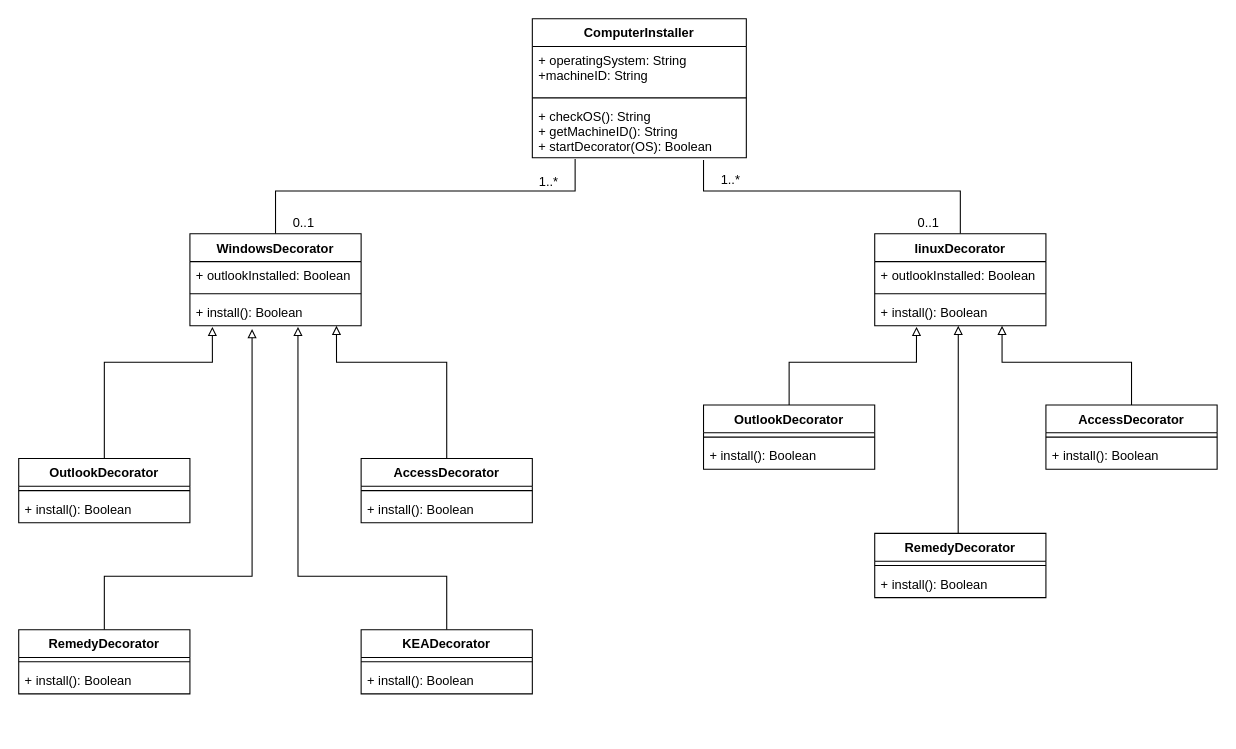
Above: Diagrama de Clases.drawio in DiegoBranco/PD-F-2-2019 (draw.io), before the change. Source tidied: cells renumbered, new cells numbered last; positions are measured from the earlier drawing's top-left corner, leaving out a move shared by most shapes. Both pictures are drawn from the tidied source at 107%, with x=0, y=0 at pixel (18, 18).
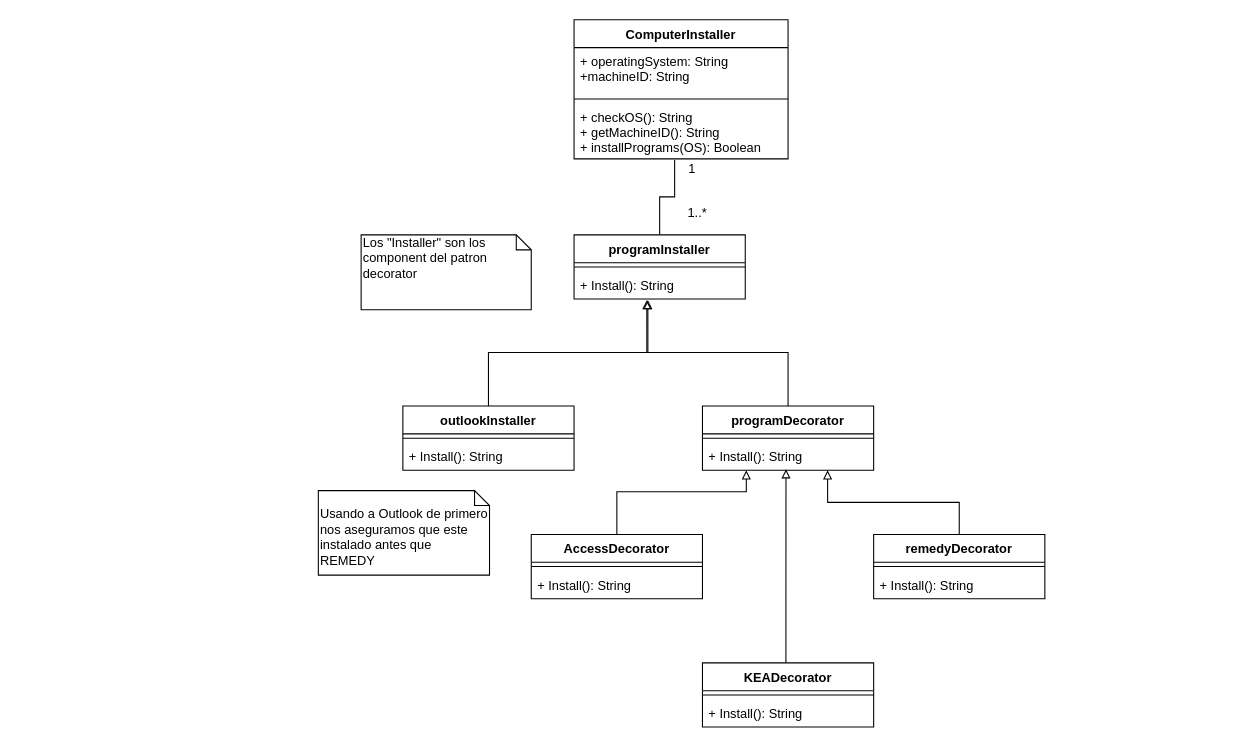
The same page after the edit.

Commit message (it also covers changes not shown here):
Rediseño del Diagrama de Clases

Change to the diagram source:
```diff
@@
+    <mxCell id="48" style="edgeStyle=orthogonalEdgeStyle;rounded=0;jettySize=auto;html=1;entryX=0.47;entryY=1.019;entryDx=0;entryDy=0;entryPerimeter=0;endArrow=none;endFill=0;" parent="1" edge="1" source="61" target="5">
+      <mxGeometry relative="1" as="geometry" />
+    </mxCell>
+    <mxCell id="49" value="1" style="text;html=1;align=center;verticalAlign=middle;" parent="1" vertex="1">
+      <mxGeometry x="619" y="131" width="20" height="20" as="geometry" />
+    </mxCell>
+    <mxCell id="50" value="1..*" style="text;html=1;align=center;verticalAlign=middle;" parent="1" vertex="1">
+      <mxGeometry x="619" y="172" width="30" height="20" as="geometry" />
+    </mxCell>
+    <mxCell id="51" style="edgeStyle=orthogonalEdgeStyle;rounded=0;jettySize=auto;html=1;entryX=0.431;entryY=1.038;entryDx=0;entryDy=0;entryPerimeter=0;endArrow=block;endFill=0;" parent="1" edge="1" source="58" target="63">
+      <mxGeometry relative="1" as="geometry" />
+    </mxCell>
+    <mxCell id="52" style="edgeStyle=orthogonalEdgeStyle;rounded=0;jettySize=auto;html=1;entryX=0.425;entryY=1.038;entryDx=0;entryDy=0;entryPerimeter=0;endArrow=block;endFill=0;" parent="1" edge="1" source="64" target="63">
+      <mxGeometry relative="1" as="geometry" />
+    </mxCell>
+    <mxCell id="53" style="edgeStyle=orthogonalEdgeStyle;rounded=0;jettySize=auto;html=1;entryX=0.488;entryY=0.962;entryDx=0;entryDy=0;entryPerimeter=0;endArrow=block;endFill=0;" parent="1" edge="1" source="29" target="66">
+      <mxGeometry relative="1" as="geometry">
+        <Array as="points">
+          <mxPoint x="717" y="542" />
+          <mxPoint x="717" y="542" />
+        </Array>
+      </mxGeometry>
+    </mxCell>
+    <mxCell id="54" style="edgeStyle=orthogonalEdgeStyle;rounded=0;jettySize=auto;html=1;entryX=0.256;entryY=1;entryDx=0;entryDy=0;entryPerimeter=0;endArrow=block;endFill=0;" parent="1" edge="1" source="69" target="66">
+      <mxGeometry relative="1" as="geometry">
+        <Array as="points">
+          <mxPoint x="559" y="442" />
+          <mxPoint x="680" y="442" />
+        </Array>
+      </mxGeometry>
+    </mxCell>
+    <mxCell id="55" style="edgeStyle=orthogonalEdgeStyle;rounded=0;jettySize=auto;html=1;entryX=0.731;entryY=1;entryDx=0;entryDy=0;entryPerimeter=0;endArrow=block;endFill=0;" parent="1" edge="1" source="72" target="66">
+      <mxGeometry relative="1" as="geometry" />
+    </mxCell>
+    <mxCell id="56" value="Los &quot;Installer&quot; son los component del patron decorator" style="shape=note;whiteSpace=wrap;html=1;size=14;verticalAlign=top;align=left;spacingTop=-6;" parent="1" vertex="1">
+      <mxGeometry x="320" y="202" width="159" height="70" as="geometry" />
+    </mxCell>
+    <mxCell id="57" value="&lt;br&gt;Usando a Outlook de primero nos aseguramos que este instalado antes que REMEDY" style="shape=note;whiteSpace=wrap;html=1;size=14;verticalAlign=top;align=left;spacingTop=-6;" parent="1" vertex="1">
+      <mxGeometry x="280" y="441" width="160" height="79" as="geometry" />
+    </mxCell>
     <mxCell id="2" value="ComputerInstaller" style="swimlane;fontStyle=1;align=center;verticalAlign=top;horizontal=1;startSize=26;" parent="1" vertex="1">
-      <mxGeometry x="480" width="200" height="130" as="geometry" />
+      <mxGeometry x="519" y="1" width="200" height="130" as="geometry" />
     </mxCell>
@@
-    <mxCell id="5" value="+ checkOS(): String&#10;+ getMachineID(): String&#10;+ startDecorator(OS): Boolean&#10;" style="text;strokeColor=none;fillColor=none;align=left;verticalAlign=top;spacingLeft=4;spacingRight=4;overflow=hidden;points=[[0,0.5],[1,0.5]];portConstraint=eastwest;" parent="2" vertex="1">
+    <mxCell id="5" value="+ checkOS(): String&#10;+ getMachineID(): String&#10;+ installPrograms(OS): Boolean&#10;" style="text;strokeColor=none;fillColor=none;align=left;verticalAlign=top;spacingLeft=4;spacingRight=4;overflow=hidden;points=[[0,0.5],[1,0.5]];portConstraint=eastwest;" parent="2" vertex="1">
       <mxGeometry y="78" width="200" height="52" as="geometry" />
     </mxCell>
-    <mxCell id="6" style="edgeStyle=orthogonalEdgeStyle;rounded=0;jettySize=auto;html=1;endArrow=none;endFill=0;" parent="1" edge="1" source="7">
-      <mxGeometry relative="1" as="geometry">
-        <mxPoint x="520" y="131" as="targetPoint" />
-        <Array as="points">
-          <mxPoint x="240" y="161" />
-          <mxPoint x="520" y="161" />
-        </Array>
-      </mxGeometry>
-    </mxCell>
-    <mxCell id="7" value="WindowsDecorator" style="swimlane;fontStyle=1;align=center;verticalAlign=top;horizontal=1;startSize=26;" parent="1" vertex="1">
-      <mxGeometry x="160" y="201" width="160" height="86" as="geometry" />
-    </mxCell>
-    <mxCell id="8" value="+ outlookInstalled: Boolean" style="text;strokeColor=none;fillColor=none;align=left;verticalAlign=top;spacingLeft=4;spacingRight=4;overflow=hidden;" parent="7" vertex="1">
-      <mxGeometry y="26" width="160" height="26" as="geometry" />
-    </mxCell>
-    <mxCell id="9" style="line;strokeWidth=1;fillColor=none;align=left;verticalAlign=middle;spacingTop=-1;spacingLeft=3;spacingRight=3;labelPosition=right;" parent="7" vertex="1">
-      <mxGeometry y="52" width="160" height="8" as="geometry" />
-    </mxCell>
-    <mxCell id="10" value="+ install(): Boolean" style="text;strokeColor=none;fillColor=none;align=left;verticalAlign=top;spacingLeft=4;spacingRight=4;overflow=hidden;points=[[0,0.5],[1,0.5]];portConstraint=eastwest;" parent="7" vertex="1">
-      <mxGeometry y="60" width="160" height="26" as="geometry" />
-    </mxCell>
-    <mxCell id="11" style="edgeStyle=orthogonalEdgeStyle;rounded=0;jettySize=auto;html=1;entryX=0.131;entryY=1.038;entryDx=0;entryDy=0;entryPerimeter=0;endArrow=block;endFill=0;" parent="1" edge="1" source="20" target="10">
-      <mxGeometry relative="1" as="geometry">
-        <Array as="points">
-          <mxPoint x="80" y="321" />
-          <mxPoint x="181" y="321" />
-        </Array>
-      </mxGeometry>
-    </mxCell>
-    <mxCell id="12" style="edgeStyle=orthogonalEdgeStyle;rounded=0;jettySize=auto;html=1;entryX=0.856;entryY=1;entryDx=0;entryDy=0;entryPerimeter=0;endArrow=block;endFill=0;" parent="1" edge="1" source="23" target="10">
-      <mxGeometry relative="1" as="geometry">
-        <Array as="points">
-          <mxPoint x="400" y="321" />
-          <mxPoint x="297" y="321" />
-        </Array>
-      </mxGeometry>
-    </mxCell>
-    <mxCell id="13" style="edgeStyle=orthogonalEdgeStyle;rounded=0;jettySize=auto;html=1;entryX=0.363;entryY=1.115;entryDx=0;entryDy=0;entryPerimeter=0;endArrow=block;endFill=0;" parent="1" edge="1" source="26" target="10">
-      <mxGeometry relative="1" as="geometry">
-        <Array as="points">
-          <mxPoint x="80" y="521" />
-          <mxPoint x="218" y="521" />
-        </Array>
-      </mxGeometry>
-    </mxCell>
-    <mxCell id="14" style="edgeStyle=orthogonalEdgeStyle;rounded=0;jettySize=auto;html=1;entryX=0.631;entryY=1.038;entryDx=0;entryDy=0;entryPerimeter=0;endArrow=block;endFill=0;" parent="1" edge="1" source="29" target="10">
-      <mxGeometry relative="1" as="geometry">
-        <Array as="points">
-          <mxPoint x="400" y="521" />
-          <mxPoint x="261" y="521" />
-        </Array>
-      </mxGeometry>
-    </mxCell>
-    <mxCell id="15" style="edgeStyle=orthogonalEdgeStyle;rounded=0;jettySize=auto;html=1;entryX=0.8;entryY=1.038;entryDx=0;entryDy=0;entryPerimeter=0;endArrow=none;endFill=0;" parent="1" edge="1" source="16" target="5">
-      <mxGeometry relative="1" as="geometry">
-        <Array as="points">
-          <mxPoint x="880" y="161" />
-          <mxPoint x="640" y="161" />
-        </Array>
-      </mxGeometry>
-    </mxCell>
-    <mxCell id="16" value="linuxDecorator" style="swimlane;fontStyle=1;align=center;verticalAlign=top;horizontal=1;startSize=26;" parent="1" vertex="1">
-      <mxGeometry x="800" y="201" width="160" height="86" as="geometry" />
-    </mxCell>
-    <mxCell id="17" value="+ outlookInstalled: Boolean" style="text;strokeColor=none;fillColor=none;align=left;verticalAlign=top;spacingLeft=4;spacingRight=4;overflow=hidden;" parent="16" vertex="1">
-      <mxGeometry y="26" width="160" height="26" as="geometry" />
-    </mxCell>
-    <mxCell id="18" style="line;strokeWidth=1;fillColor=none;align=left;verticalAlign=middle;spacingTop=-1;spacingLeft=3;spacingRight=3;labelPosition=right;" parent="16" vertex="1">
-      <mxGeometry y="52" width="160" height="8" as="geometry" />
-    </mxCell>
-    <mxCell id="19" value="+ install(): Boolean" style="text;strokeColor=none;fillColor=none;align=left;verticalAlign=top;spacingLeft=4;spacingRight=4;overflow=hidden;points=[[0,0.5],[1,0.5]];portConstraint=eastwest;" parent="16" vertex="1">
-      <mxGeometry y="60" width="160" height="26" as="geometry" />
-    </mxCell>
-    <mxCell id="20" value="OutlookDecorator" style="swimlane;fontStyle=1;align=center;verticalAlign=top;horizontal=1;startSize=26;" parent="1" vertex="1">
-      <mxGeometry y="411" width="160" height="60" as="geometry" />
-    </mxCell>
-    <mxCell id="21" style="line;strokeWidth=1;fillColor=none;align=left;verticalAlign=middle;spacingTop=-1;spacingLeft=3;spacingRight=3;labelPosition=right;" parent="20" vertex="1">
-      <mxGeometry y="26" width="160" height="8" as="geometry" />
-    </mxCell>
-    <mxCell id="22" value="+ install(): Boolean" style="text;strokeColor=none;fillColor=none;align=left;verticalAlign=top;spacingLeft=4;spacingRight=4;overflow=hidden;" parent="20" vertex="1">
-      <mxGeometry y="34" width="160" height="26" as="geometry" />
-    </mxCell>
-    <mxCell id="23" value="AccessDecorator" style="swimlane;fontStyle=1;align=center;verticalAlign=top;horizontal=1;startSize=26;" parent="1" vertex="1">
-      <mxGeometry x="320" y="411" width="160" height="60" as="geometry" />
-    </mxCell>
-    <mxCell id="24" style="line;strokeWidth=1;fillColor=none;align=left;verticalAlign=middle;spacingTop=-1;spacingLeft=3;spacingRight=3;labelPosition=right;" parent="23" vertex="1">
-      <mxGeometry y="26" width="160" height="8" as="geometry" />
-    </mxCell>
-    <mxCell id="25" value="+ install(): Boolean" style="text;strokeColor=none;fillColor=none;align=left;verticalAlign=top;spacingLeft=4;spacingRight=4;overflow=hidden;" parent="23" vertex="1">
-      <mxGeometry y="34" width="160" height="26" as="geometry" />
-    </mxCell>
-    <mxCell id="26" value="RemedyDecorator" style="swimlane;fontStyle=1;align=center;verticalAlign=top;horizontal=1;startSize=26;" parent="1" vertex="1">
-      <mxGeometry y="571" width="160" height="60" as="geometry" />
-    </mxCell>
-    <mxCell id="27" style="line;strokeWidth=1;fillColor=none;align=left;verticalAlign=middle;spacingTop=-1;spacingLeft=3;spacingRight=3;labelPosition=right;" parent="26" vertex="1">
-      <mxGeometry y="26" width="160" height="8" as="geometry" />
-    </mxCell>
-    <mxCell id="28" value="+ install(): Boolean" style="text;strokeColor=none;fillColor=none;align=left;verticalAlign=top;spacingLeft=4;spacingRight=4;overflow=hidden;" parent="26" vertex="1">
-      <mxGeometry y="34" width="160" height="26" as="geometry" />
-    </mxCell>
+    <mxCell id="58" value="outlookInstaller" style="swimlane;fontStyle=1;align=center;verticalAlign=top;horizontal=1;startSize=26;" parent="1" vertex="1">
+      <mxGeometry x="359" y="362" width="160" height="60" as="geometry" />
+    </mxCell>
+    <mxCell id="59" style="line;strokeWidth=1;fillColor=none;align=left;verticalAlign=middle;spacingTop=-1;spacingLeft=3;spacingRight=3;labelPosition=right;" parent="58" vertex="1">
+      <mxGeometry y="26" width="160" height="8" as="geometry" />
+    </mxCell>
+    <mxCell id="60" value="+ Install(): String" style="text;strokeColor=none;fillColor=none;align=left;verticalAlign=top;spacingLeft=4;spacingRight=4;overflow=hidden;" parent="58" vertex="1">
+      <mxGeometry y="34" width="160" height="26" as="geometry" />
+    </mxCell>
+    <mxCell id="61" value="programInstaller" style="swimlane;fontStyle=1;align=center;verticalAlign=top;horizontal=1;startSize=26;" parent="1" vertex="1">
+      <mxGeometry x="519" y="202" width="160" height="60" as="geometry" />
+    </mxCell>
+    <mxCell id="62" style="line;strokeWidth=1;fillColor=none;align=left;verticalAlign=middle;spacingTop=-1;spacingLeft=3;spacingRight=3;labelPosition=right;" parent="61" vertex="1">
+      <mxGeometry y="26" width="160" height="8" as="geometry" />
+    </mxCell>
+    <mxCell id="63" value="+ Install(): String" style="text;strokeColor=none;fillColor=none;align=left;verticalAlign=top;spacingLeft=4;spacingRight=4;overflow=hidden;points=[[0,0.5],[1,0.5]];portConstraint=eastwest;" parent="61" vertex="1">
+      <mxGeometry y="34" width="160" height="26" as="geometry" />
+    </mxCell>
+    <mxCell id="64" value="programDecorator&#10;" style="swimlane;fontStyle=1;align=center;verticalAlign=top;horizontal=1;startSize=26;" parent="1" vertex="1">
+      <mxGeometry x="639" y="362" width="160" height="60" as="geometry" />
+    </mxCell>
+    <mxCell id="65" style="line;strokeWidth=1;fillColor=none;align=left;verticalAlign=middle;spacingTop=-1;spacingLeft=3;spacingRight=3;labelPosition=right;" parent="64" vertex="1">
+      <mxGeometry y="26" width="160" height="8" as="geometry" />
+    </mxCell>
+    <mxCell id="66" value="+ Install(): String" style="text;strokeColor=none;fillColor=none;align=left;verticalAlign=top;spacingLeft=4;spacingRight=4;overflow=hidden;points=[[0,0.5],[1,0.5]];portConstraint=eastwest;" parent="64" vertex="1">
+      <mxGeometry y="34" width="160" height="26" as="geometry" />
+    </mxCell>
     <mxCell id="29" value="KEADecorator" style="swimlane;fontStyle=1;align=center;verticalAlign=top;horizontal=1;startSize=26;" parent="1" vertex="1">
-      <mxGeometry x="320" y="571" width="160" height="60" as="geometry" />
+      <mxGeometry x="639" y="602" width="160" height="60" as="geometry" />
     </mxCell>
-    <mxCell id="30" style="line;strokeWidth=1;fillColor=none;align=left;verticalAlign=middle;spacingTop=-1;spacingLeft=3;spacingRight=3;labelPosition=right;" parent="29" vertex="1">
-      <mxGeometry y="26" width="160" height="8" as="geometry" />
-    </mxCell>
-    <mxCell id="31" value="+ install(): Boolean" style="text;strokeColor=none;fillColor=none;align=left;verticalAlign=top;spacingLeft=4;spacingRight=4;overflow=hidden;" parent="29" vertex="1">
-      <mxGeometry y="34" width="160" height="26" as="geometry" />
-    </mxCell>
-    <mxCell id="32" style="edgeStyle=orthogonalEdgeStyle;rounded=0;jettySize=auto;html=1;entryX=0.244;entryY=1.038;entryDx=0;entryDy=0;entryPerimeter=0;endArrow=block;endFill=0;" parent="1" edge="1" source="33" target="19">
-      <mxGeometry relative="1" as="geometry">
-        <Array as="points">
-          <mxPoint x="720" y="321" />
-          <mxPoint x="839" y="321" />
-        </Array>
-      </mxGeometry>
-    </mxCell>
-    <mxCell id="33" value="OutlookDecorator" style="swimlane;fontStyle=1;align=center;verticalAlign=top;horizontal=1;startSize=26;" parent="1" vertex="1">
-      <mxGeometry x="640" y="361" width="160" height="60" as="geometry" />
-    </mxCell>
-    <mxCell id="34" style="line;strokeWidth=1;fillColor=none;align=left;verticalAlign=middle;spacingTop=-1;spacingLeft=3;spacingRight=3;labelPosition=right;" parent="33" vertex="1">
-      <mxGeometry y="26" width="160" height="8" as="geometry" />
-    </mxCell>
-    <mxCell id="35" value="+ install(): Boolean" style="text;strokeColor=none;fillColor=none;align=left;verticalAlign=top;spacingLeft=4;spacingRight=4;overflow=hidden;" parent="33" vertex="1">
-      <mxGeometry y="34" width="160" height="26" as="geometry" />
-    </mxCell>
-    <mxCell id="36" style="edgeStyle=orthogonalEdgeStyle;rounded=0;jettySize=auto;html=1;endArrow=block;endFill=0;" parent="1" edge="1" source="37" target="19">
-      <mxGeometry relative="1" as="geometry">
-        <Array as="points">
-          <mxPoint x="1040" y="321" />
-          <mxPoint x="919" y="321" />
-        </Array>
-      </mxGeometry>
-    </mxCell>
-    <mxCell id="37" value="AccessDecorator" style="swimlane;fontStyle=1;align=center;verticalAlign=top;horizontal=1;startSize=26;" parent="1" vertex="1">
-      <mxGeometry x="960" y="361" width="160" height="60" as="geometry" />
-    </mxCell>
-    <mxCell id="38" style="line;strokeWidth=1;fillColor=none;align=left;verticalAlign=middle;spacingTop=-1;spacingLeft=3;spacingRight=3;labelPosition=right;" parent="37" vertex="1">
-      <mxGeometry y="26" width="160" height="8" as="geometry" />
-    </mxCell>
-    <mxCell id="39" value="+ install(): Boolean" style="text;strokeColor=none;fillColor=none;align=left;verticalAlign=top;spacingLeft=4;spacingRight=4;overflow=hidden;" parent="37" vertex="1">
-      <mxGeometry y="34" width="160" height="26" as="geometry" />
-    </mxCell>
-    <mxCell id="40" style="edgeStyle=orthogonalEdgeStyle;rounded=0;jettySize=auto;html=1;entryX=0.488;entryY=1;entryDx=0;entryDy=0;entryPerimeter=0;endArrow=block;endFill=0;" parent="1" edge="1" source="41" target="19">
-      <mxGeometry relative="1" as="geometry">
-        <Array as="points">
-          <mxPoint x="878" y="431" />
-          <mxPoint x="878" y="431" />
-        </Array>
-      </mxGeometry>
-    </mxCell>
-    <mxCell id="41" value="RemedyDecorator" style="swimlane;fontStyle=1;align=center;verticalAlign=top;horizontal=1;startSize=26;" parent="1" vertex="1">
-      <mxGeometry x="800" y="481" width="160" height="60" as="geometry" />
-    </mxCell>
-    <mxCell id="42" style="line;strokeWidth=1;fillColor=none;align=left;verticalAlign=middle;spacingTop=-1;spacingLeft=3;spacingRight=3;labelPosition=right;" parent="41" vertex="1">
-      <mxGeometry y="26" width="160" height="8" as="geometry" />
-    </mxCell>
-    <mxCell id="43" value="+ install(): Boolean" style="text;strokeColor=none;fillColor=none;align=left;verticalAlign=top;spacingLeft=4;spacingRight=4;overflow=hidden;" parent="41" vertex="1">
-      <mxGeometry y="34" width="160" height="26" as="geometry" />
-    </mxCell>
-    <mxCell id="44" value="0..1" style="text;html=1;align=center;verticalAlign=middle;" parent="1" vertex="1">
-      <mxGeometry x="246" y="181" width="40" height="20" as="geometry" />
-    </mxCell>
-    <mxCell id="45" value="0..1" style="text;html=1;align=center;verticalAlign=middle;" parent="1" vertex="1">
-      <mxGeometry x="830" y="181" width="40" height="20" as="geometry" />
-    </mxCell>
-    <mxCell id="46" value="1..*" style="text;html=1;align=center;verticalAlign=middle;" parent="1" vertex="1">
-      <mxGeometry x="480" y="143" width="30" height="20" as="geometry" />
-    </mxCell>
-    <mxCell id="47" value="1..*" style="text;html=1;align=center;verticalAlign=middle;" parent="1" vertex="1">
-      <mxGeometry x="650" y="141" width="30" height="20" as="geometry" />
-    </mxCell>
+    <mxCell id="67" style="line;strokeWidth=1;fillColor=none;align=left;verticalAlign=middle;spacingTop=-1;spacingLeft=3;spacingRight=3;labelPosition=right;" parent="29" vertex="1">
+      <mxGeometry y="26" width="160" height="8" as="geometry" />
+    </mxCell>
+    <mxCell id="68" value="+ Install(): String" style="text;strokeColor=none;fillColor=none;align=left;verticalAlign=top;spacingLeft=4;spacingRight=4;overflow=hidden;" parent="29" vertex="1">
+      <mxGeometry y="34" width="160" height="26" as="geometry" />
+    </mxCell>
+    <mxCell id="69" value="AccessDecorator&#10;" style="swimlane;fontStyle=1;align=center;verticalAlign=top;horizontal=1;startSize=26;" parent="1" vertex="1">
+      <mxGeometry x="479" y="482" width="160" height="60" as="geometry" />
+    </mxCell>
+    <mxCell id="70" style="line;strokeWidth=1;fillColor=none;align=left;verticalAlign=middle;spacingTop=-1;spacingLeft=3;spacingRight=3;labelPosition=right;" parent="69" vertex="1">
+      <mxGeometry y="26" width="160" height="8" as="geometry" />
+    </mxCell>
+    <mxCell id="71" value="+ Install(): String" style="text;strokeColor=none;fillColor=none;align=left;verticalAlign=top;spacingLeft=4;spacingRight=4;overflow=hidden;" parent="69" vertex="1">
+      <mxGeometry y="34" width="160" height="26" as="geometry" />
+    </mxCell>
+    <mxCell id="72" value="remedyDecorator&#10;" style="swimlane;fontStyle=1;align=center;verticalAlign=top;horizontal=1;startSize=26;" parent="1" vertex="1">
+      <mxGeometry x="799" y="482" width="160" height="60" as="geometry" />
+    </mxCell>
+    <mxCell id="73" style="line;strokeWidth=1;fillColor=none;align=left;verticalAlign=middle;spacingTop=-1;spacingLeft=3;spacingRight=3;labelPosition=right;" parent="72" vertex="1">
+      <mxGeometry y="26" width="160" height="8" as="geometry" />
+    </mxCell>
+    <mxCell id="74" value="+ Install(): String" style="text;strokeColor=none;fillColor=none;align=left;verticalAlign=top;spacingLeft=4;spacingRight=4;overflow=hidden;" parent="72" vertex="1">
+      <mxGeometry y="34" width="160" height="26" as="geometry" />
+    </mxCell>
```
